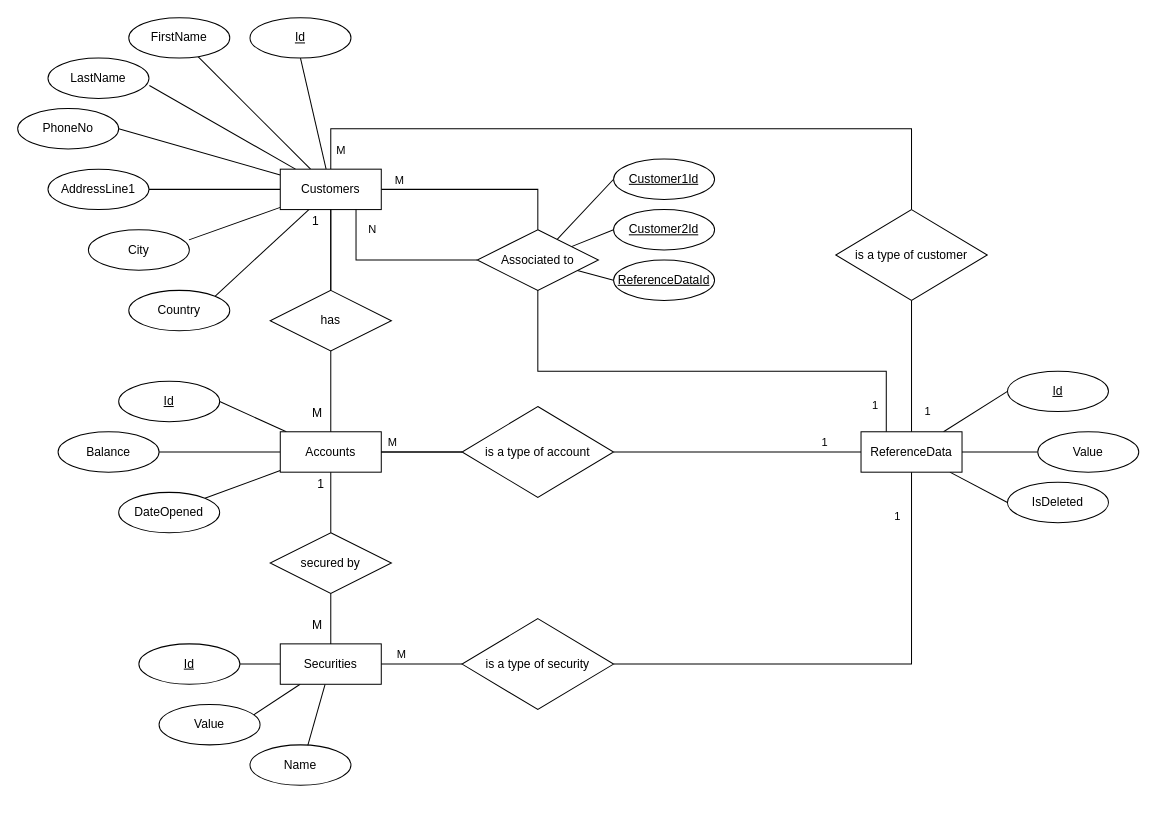
This is ER.drawio from herreramaxi/NCIRL-AD-CA, a draw.io file, before an edit. Source tidied: cells renumbered, new cells numbered last; positions are measured from the earlier drawing's top-left corner, leaving out a move shared by most shapes. Both pictures are drawn from the tidied source at 101%, with x=0, y=0 at pixel (17, 17).
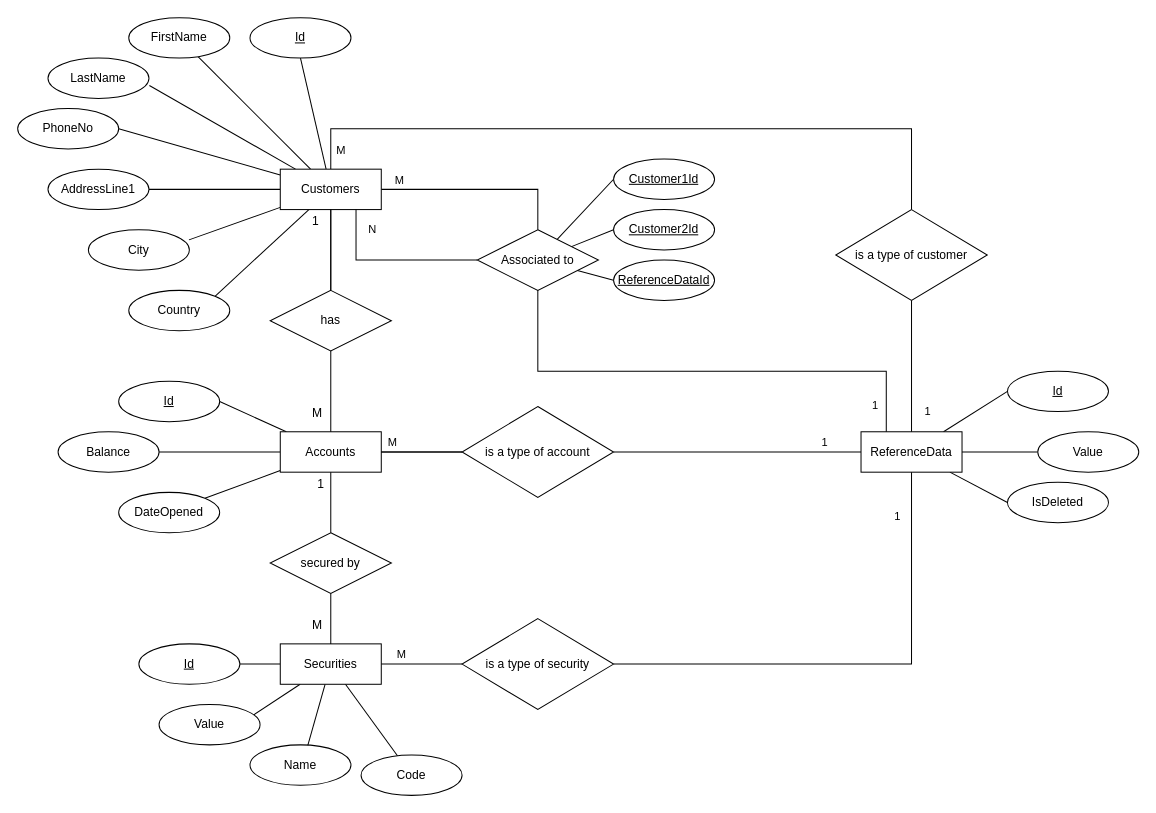
The same page after the edit.

Commit message (it also covers changes not shown here):
fixing diagrams and adding more info to the doc

The change refers to these unchanged cells:
```xml
<mxCell id="21" value="Securities" style="whiteSpace=wrap;html=1;align=center;" parent="1" vertex="1">
  <mxGeometry x="260" y="620" width="100" height="40" as="geometry" />
</mxCell>
```

The edit, as a diff of the source:
```diff
@@
+    <mxCell id="81" style="rounded=0;jettySize=auto;html=1;endArrow=none;endFill=0;" parent="1" edge="1" source="21" target="82">
+      <mxGeometry relative="1" as="geometry" />
+    </mxCell>
@@
+    <mxCell id="82" value="Code" style="ellipse;whiteSpace=wrap;html=1;align=center;" parent="1" vertex="1">
+      <mxGeometry x="340" y="730" width="100" height="40" as="geometry" />
+    </mxCell>
```
